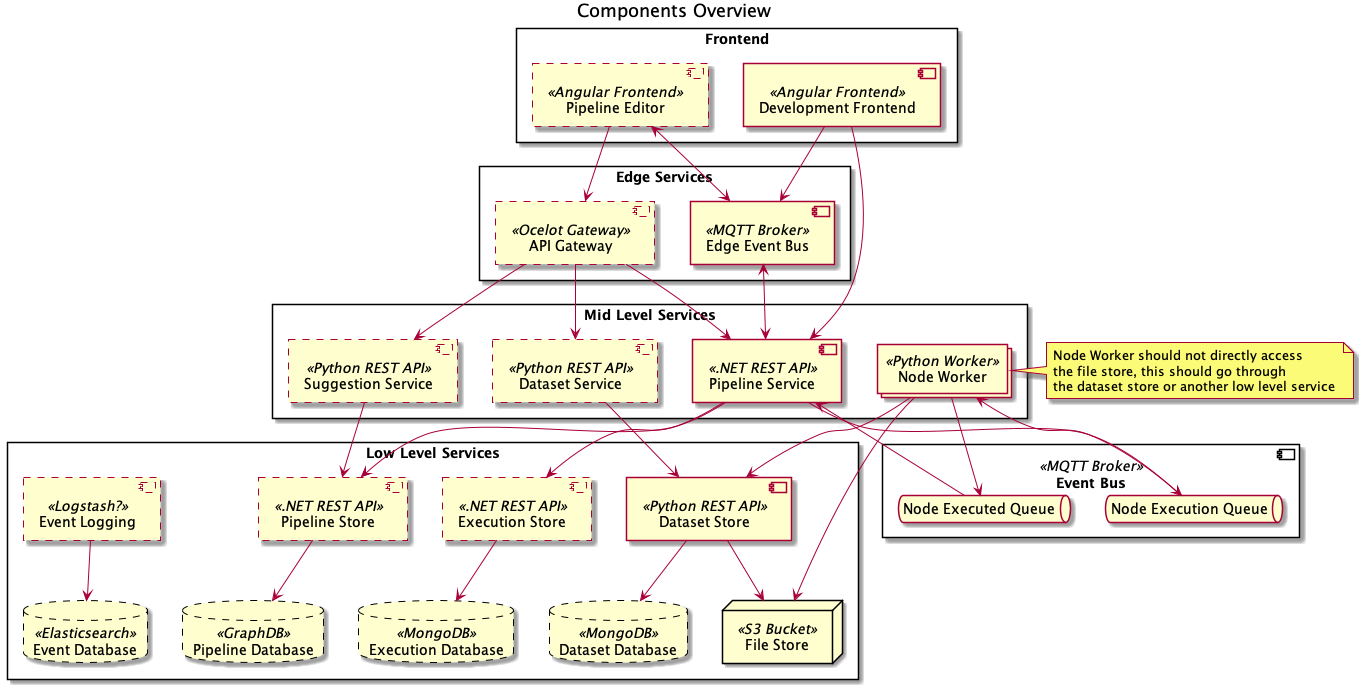
Above: docs/architecture/overview.png in project-hanse/prototype-a (PlantUML), before the change.
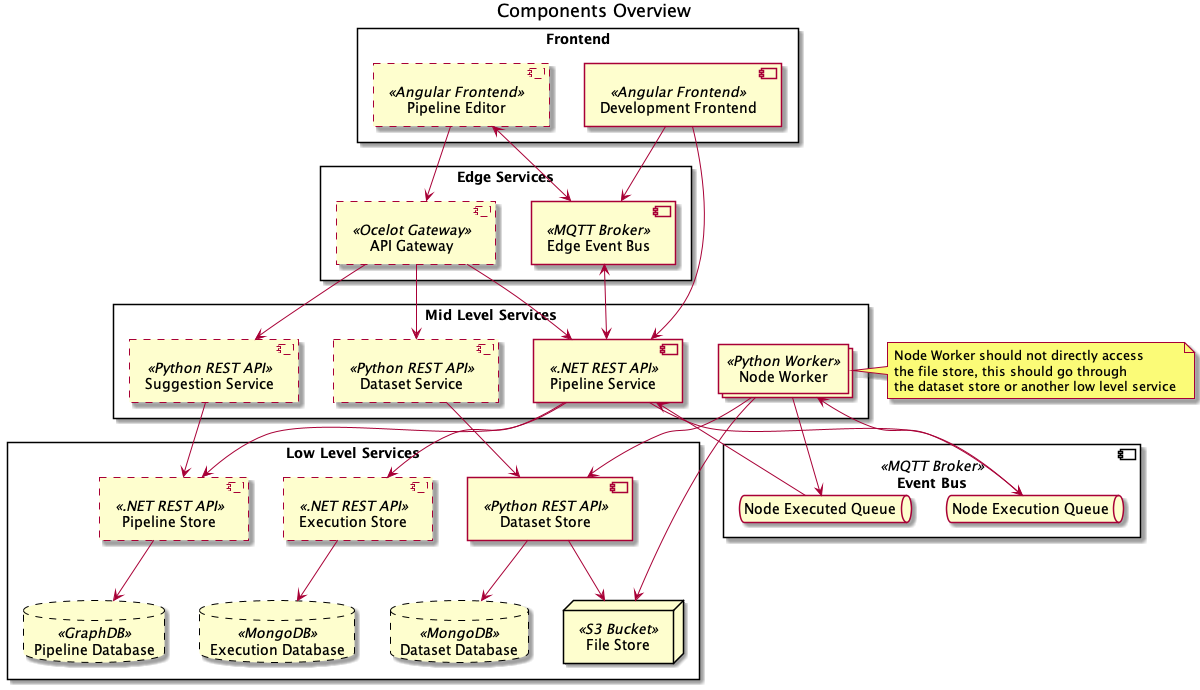
Above is the later version.

What changed in the source:
```diff
@@ -30,8 +30,7 @@
     component "Dataset Store" << Python REST API >> as dataset_store
     node "File Store" << S3 Bucket >> as file_store
     database #line.dashed "Dataset Database" << MongoDB >> as dataset_db
-    component #line.dashed "Event Logging" << Logstash? >> as event_logging
-    database #line.dashed "Event Database" << Elasticsearch >> as event_db
+
 }
 
 component "Event Bus" << MQTT Broker >> as message_broker {
@@ -52,7 +51,7 @@
 dataset_store --> dataset_db
 dataset_store --> file_store
 execution_store --> execution_db
-event_logging --> event_db
+
 
 pipeline_service --> node_execution_queue
 node_execution_queue --> worker
```
